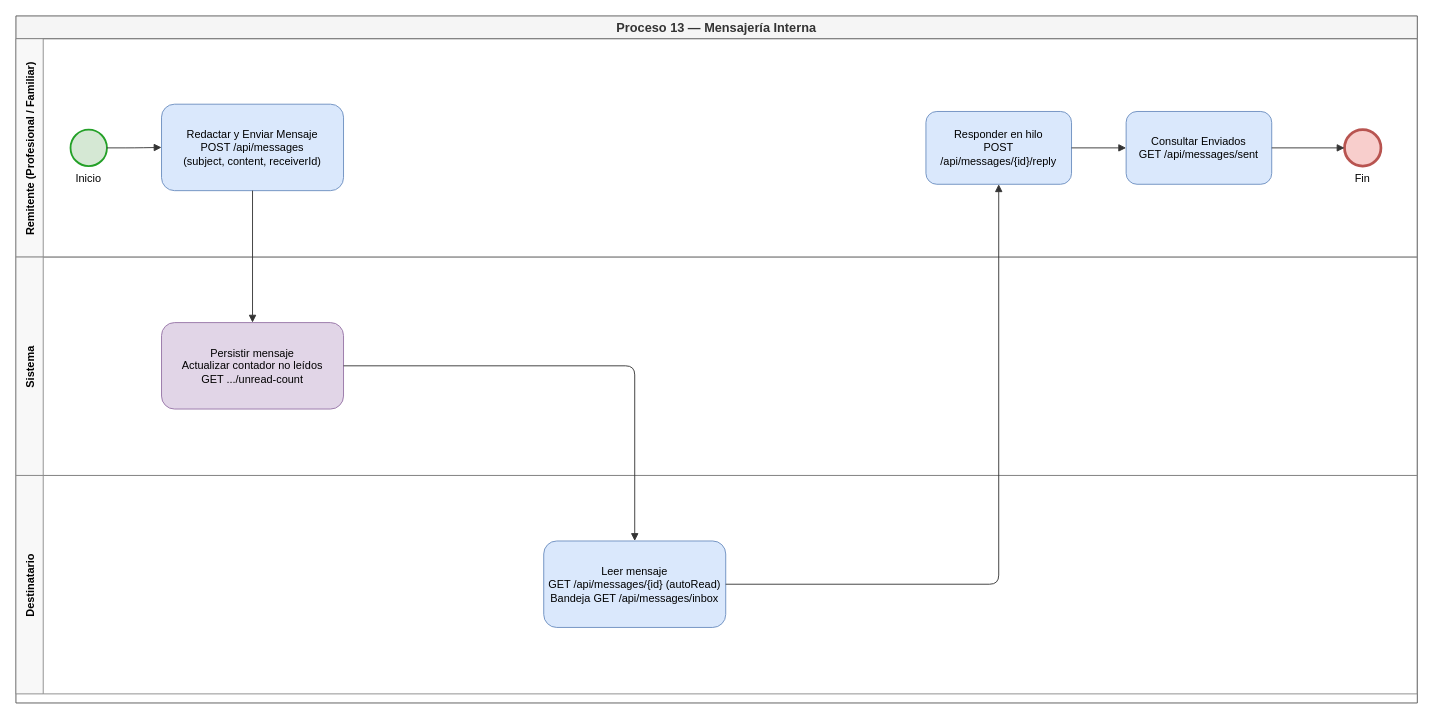
Earlier version of the draw.io diagram Process/BPMN/13-mensajeria.drawio (Sacha-html/InclusiON). Source tidied: cells renumbered, new cells numbered last; positions are measured from the earlier drawing's top-left corner, leaving out a move shared by most shapes. Both pictures are drawn from the tidied source at 91%, with x=0, y=0 at pixel (15, 15).
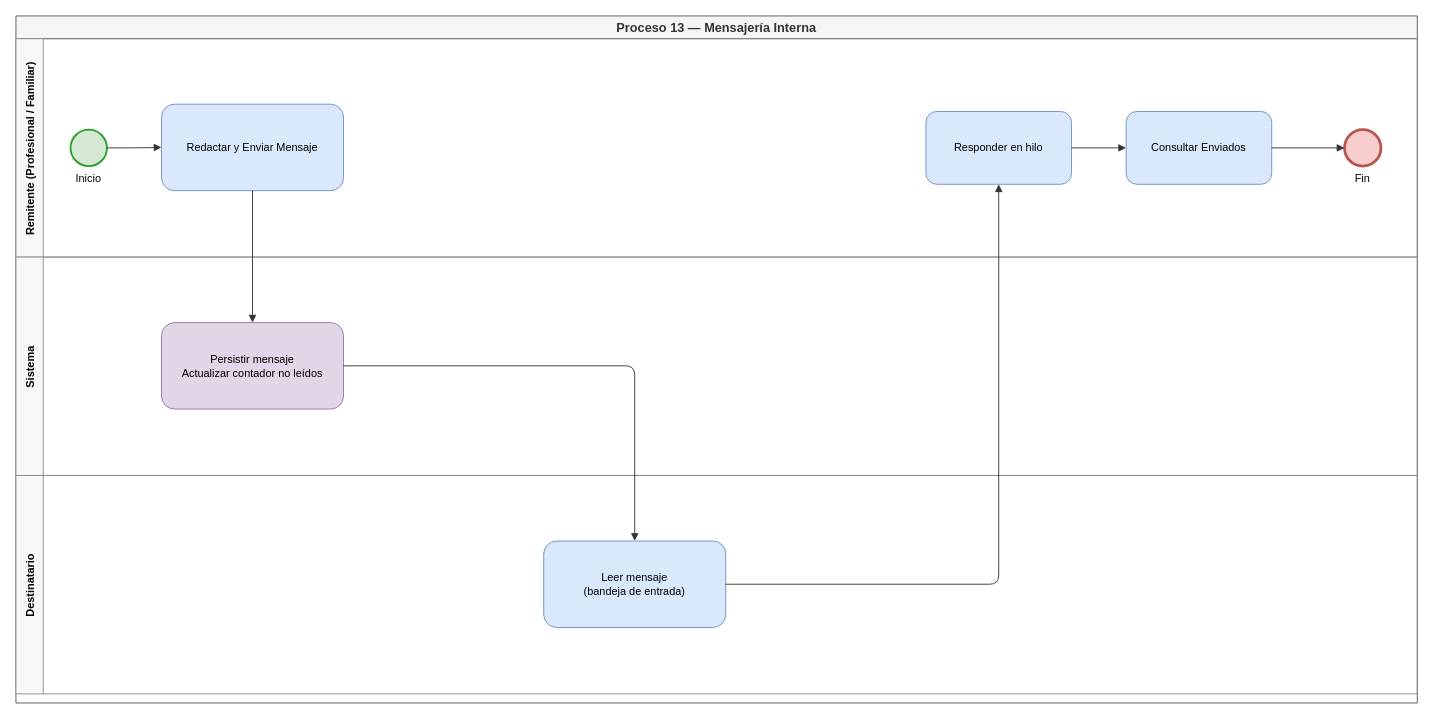
Above is the later version.

Diff of the diagram source:
```diff
@@
 <mxGraphModel>
   <root>
     <mxCell id="0" />
     <mxCell id="1" parent="0" />
     <mxCell id="2" value="Proceso 13 — Mensajería Interna" style="swimlane;startSize=25;fillColor=#f5f5f5;strokeColor=#555555;fontColor=#333333;fontSize=14;fontStyle=1;" parent="1" vertex="1">
       <mxGeometry width="1540" height="755" as="geometry" />
     </mxCell>
     <mxCell id="3" value="Remitente (Profesional / Familiar)" style="swimlane;startSize=30;horizontal=0;fillColor=#f8f8f8;strokeColor=#888888;fontStyle=1;fontSize=12;" parent="2" vertex="1">
       <mxGeometry y="25" width="1540" height="240" as="geometry" />
     </mxCell>
     <mxCell id="4" value="Sistema" style="swimlane;startSize=30;horizontal=0;fillColor=#f8f8f8;strokeColor=#888888;fontStyle=1;fontSize=12;" parent="2" vertex="1">
       <mxGeometry y="265" width="1540" height="240" as="geometry" />
     </mxCell>
     <mxCell id="5" value="Destinatario" style="swimlane;startSize=30;horizontal=0;fillColor=#f8f8f8;strokeColor=#888888;fontStyle=1;fontSize=12;" parent="2" vertex="1">
       <mxGeometry y="505" width="1540" height="240" as="geometry" />
     </mxCell>
     <mxCell id="6" value="Inicio" style="ellipse;whiteSpace=wrap;html=1;fillColor=#d5e8d4;strokeColor=#23a027;strokeWidth=2;verticalLabelPosition=bottom;verticalAlign=top;align=center;fontSize=12;" parent="3" vertex="1">
       <mxGeometry x="60" y="100" width="40" height="40" as="geometry" />
     </mxCell>
-    <mxCell id="7" value="Redactar y Enviar Mensaje&#10;POST /api/messages&#10;(subject, content, receiverId)" style="rounded=1;whiteSpace=wrap;html=1;verticalAlign=middle;fillColor=#dae8fc;strokeColor=#6c8ebf;fontSize=12;align=center;" parent="3" vertex="1">
+    <mxCell id="7" value="Redactar y Enviar Mensaje" style="rounded=1;whiteSpace=wrap;html=1;verticalAlign=middle;fillColor=#dae8fc;strokeColor=#6c8ebf;fontSize=12;align=center;" parent="3" vertex="1">
       <mxGeometry x="160" y="72" width="200" height="95" as="geometry" />
     </mxCell>
-    <mxCell id="8" value="Responder en hilo&#10;POST /api/messages/{id}/reply" style="rounded=1;whiteSpace=wrap;html=1;verticalAlign=middle;fillColor=#dae8fc;strokeColor=#6c8ebf;fontSize=12;align=center;" parent="3" vertex="1">
+    <mxCell id="8" value="Responder en hilo" style="rounded=1;whiteSpace=wrap;html=1;verticalAlign=middle;fillColor=#dae8fc;strokeColor=#6c8ebf;fontSize=12;align=center;" parent="3" vertex="1">
       <mxGeometry x="1000" y="80" width="160" height="80" as="geometry" />
     </mxCell>
-    <mxCell id="9" value="Consultar Enviados&#10;GET /api/messages/sent" style="rounded=1;whiteSpace=wrap;html=1;verticalAlign=middle;fillColor=#dae8fc;strokeColor=#6c8ebf;fontSize=12;align=center;" parent="3" vertex="1">
+    <mxCell id="9" value="Consultar Enviados" style="rounded=1;whiteSpace=wrap;html=1;verticalAlign=middle;fillColor=#dae8fc;strokeColor=#6c8ebf;fontSize=12;align=center;" parent="3" vertex="1">
       <mxGeometry x="1220" y="80" width="160" height="80" as="geometry" />
     </mxCell>
     <mxCell id="10" value="Fin" style="ellipse;whiteSpace=wrap;html=1;fillColor=#f8cecc;strokeColor=#b85450;strokeWidth=3;verticalLabelPosition=bottom;verticalAlign=top;align=center;fontSize=12;" parent="3" vertex="1">
       <mxGeometry x="1460" y="100" width="40" height="40" as="geometry" />
     </mxCell>
-    <mxCell id="11" value="Persistir mensaje&#10;Actualizar contador no leídos&#10;GET .../unread-count" style="rounded=1;whiteSpace=wrap;html=1;verticalAlign=middle;fillColor=#e1d5e7;strokeColor=#9673a6;fontSize=12;align=center;" parent="4" vertex="1">
+    <mxCell id="11" value="Persistir mensaje&#10;Actualizar contador no leídos" style="rounded=1;whiteSpace=wrap;html=1;verticalAlign=middle;fillColor=#e1d5e7;strokeColor=#9673a6;fontSize=12;align=center;" parent="4" vertex="1">
       <mxGeometry x="160" y="72" width="200" height="95" as="geometry" />
     </mxCell>
-    <mxCell id="12" value="Leer mensaje&#10;GET /api/messages/{id} (autoRead)&#10;Bandeja GET /api/messages/inbox" style="rounded=1;whiteSpace=wrap;html=1;verticalAlign=middle;fillColor=#dae8fc;strokeColor=#6c8ebf;fontSize=12;align=center;" parent="5" vertex="1">
+    <mxCell id="12" value="Leer mensaje&#10;(bandeja de entrada)" style="rounded=1;whiteSpace=wrap;html=1;verticalAlign=middle;fillColor=#dae8fc;strokeColor=#6c8ebf;fontSize=12;align=center;" parent="5" vertex="1">
       <mxGeometry x="580" y="72" width="200" height="95" as="geometry" />
     </mxCell>
     <mxCell id="13" style="edgeStyle=orthogonalEdgeStyle;jettySize=auto;endArrow=block;endFill=1;strokeColor=#333333;" parent="3" edge="1" source="6" target="7">
       <mxGeometry relative="1" as="geometry" />
     </mxCell>
     <mxCell id="14" style="edgeStyle=orthogonalEdgeStyle;jettySize=auto;endArrow=block;endFill=1;strokeColor=#333333;" parent="2" edge="1" source="7" target="11">
       <mxGeometry relative="1" as="geometry" />
     </mxCell>
     <mxCell id="15" style="edgeStyle=orthogonalEdgeStyle;jettySize=auto;endArrow=block;endFill=1;strokeColor=#333333;" parent="2" edge="1" source="11" target="12">
       <mxGeometry relative="1" as="geometry" />
     </mxCell>
     <mxCell id="16" style="edgeStyle=orthogonalEdgeStyle;jettySize=auto;endArrow=block;endFill=1;strokeColor=#333333;" parent="2" edge="1" source="12" target="8">
       <mxGeometry relative="1" as="geometry" />
     </mxCell>
     <mxCell id="17" style="edgeStyle=orthogonalEdgeStyle;jettySize=auto;endArrow=block;endFill=1;strokeColor=#333333;" parent="3" edge="1" source="8" target="9">
       <mxGeometry relative="1" as="geometry" />
     </mxCell>
     <mxCell id="18" style="edgeStyle=orthogonalEdgeStyle;jettySize=auto;endArrow=block;endFill=1;strokeColor=#333333;" parent="3" edge="1" source="9" target="10">
       <mxGeometry relative="1" as="geometry" />
     </mxCell>
   </root>
 </mxGraphModel>
```
